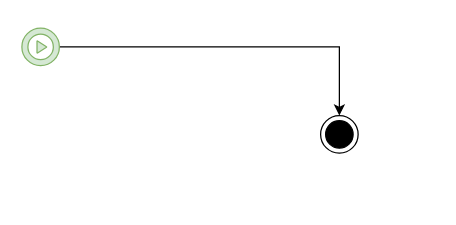
dieupatr/TaskFlow keeps this draw.io diagram as Doc/KomplexExampel/LogicTest/LogicTest.drawio. Above is the earlier version. Source tidied: cells renumbered, new cells numbered last; positions are measured from the earlier drawing's top-left corner, leaving out a move shared by most shapes. Both pictures are drawn from the tidied source at 125%, with x=0, y=0 at pixel (21, 28).
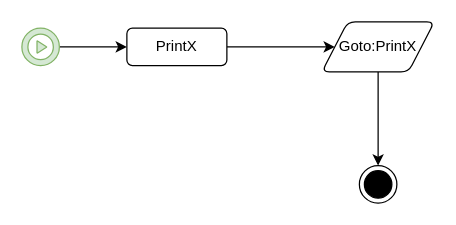
Above is the later version.

The edit, as a diff of the source:
```diff
@@
 <mxGraphModel>
   <root>
     <mxCell id="0" />
     <mxCell id="1" parent="0" />
     <mxCell id="2" style="ellipse;html=1;shape=endState;fillColor=strokeColor;" parent="1" vertex="1">
-      <mxGeometry x="239" y="70" width="30" height="30" as="geometry" />
+      <mxGeometry x="270" y="110" width="30" height="30" as="geometry" />
     </mxCell>
-    <mxCell id="3" style="edgeStyle=orthogonalEdgeStyle;rounded=0;jettySize=auto;html=1;" parent="1" edge="1" source="4" target="2">
-      <mxGeometry relative="1" as="geometry" />
-    </mxCell>
+    <mxCell id="5" style="edgeStyle=orthogonalEdgeStyle;rounded=0;jettySize=auto;html=1;" parent="1" edge="1" source="4" target="9">
+      <mxGeometry relative="1" as="geometry" />
+    </mxCell>
     <mxCell id="4" style="sketch=0;html=1;strokeColor=#82b366;shadow=0;fillColor=#d5e8d4;verticalAlign=top;labelPosition=center;verticalLabelPosition=bottom;shape=mxgraph.gcp2.play_start;" parent="1" vertex="1">
       <mxGeometry width="30" height="30" as="geometry" />
     </mxCell>
+    <mxCell id="6" style="edgeStyle=orthogonalEdgeStyle;rounded=0;jettySize=auto;html=1;" parent="1" edge="1" source="7" target="2">
+      <mxGeometry relative="1" as="geometry" />
+    </mxCell>
+    <mxCell id="7" value="Goto:PrintX" style="shape=parallelogram;html=1;strokeWidth=1;perimeter=parallelogramPerimeter;whiteSpace=wrap;rounded=1;arcSize=12;size=0.23;" parent="1" vertex="1">
+      <mxGeometry x="240" y="-5" width="90" height="40" as="geometry" />
+    </mxCell>
+    <mxCell id="8" style="edgeStyle=orthogonalEdgeStyle;rounded=0;jettySize=auto;html=1;" parent="1" edge="1" source="9" target="7">
+      <mxGeometry relative="1" as="geometry" />
+    </mxCell>
+    <mxCell id="9" value="PrintX" style="rounded=1;whiteSpace=wrap;html=1;" parent="1" vertex="1">
+      <mxGeometry x="84" width="80" height="30" as="geometry" />
+    </mxCell>
   </root>
 </mxGraphModel>
```
